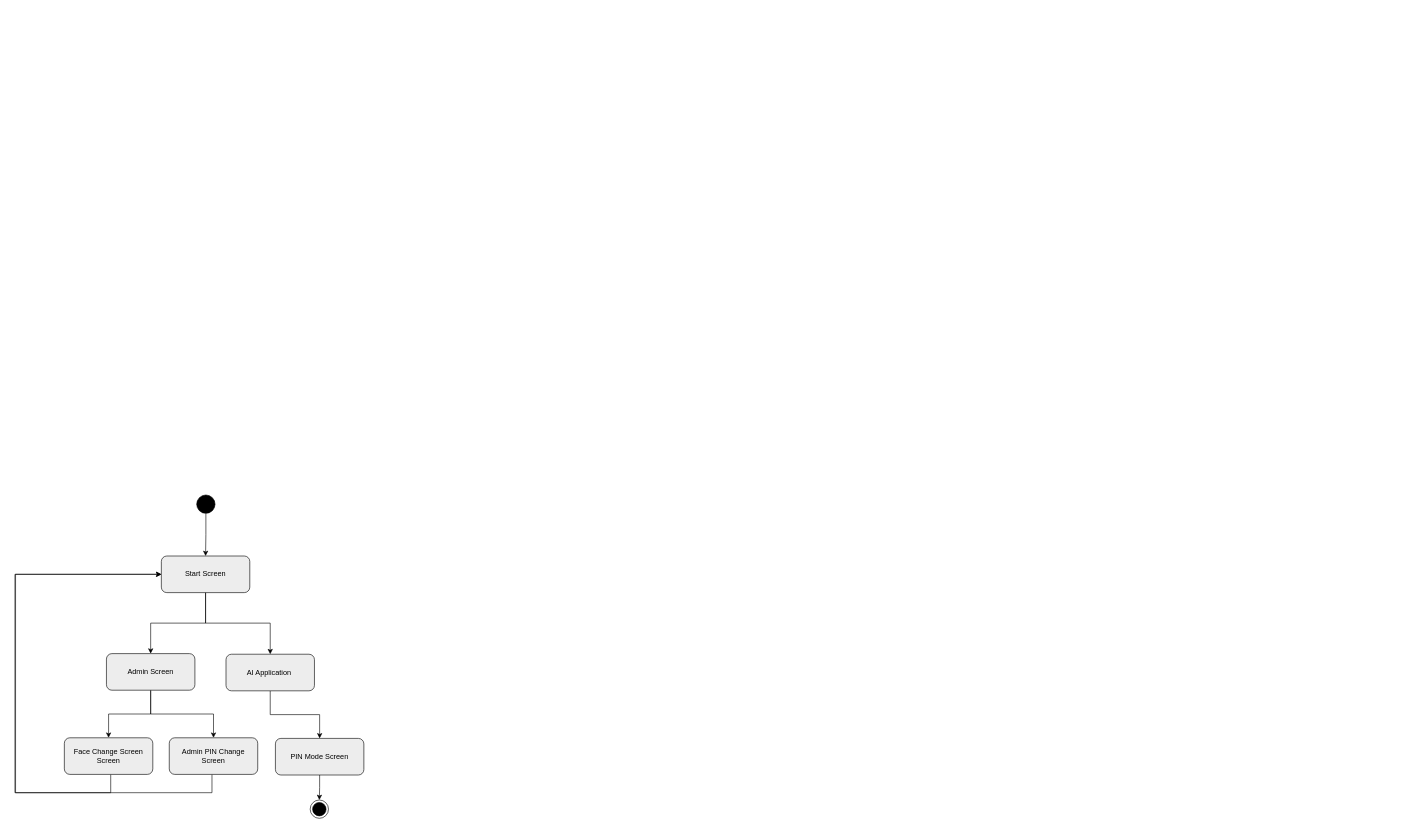
Before: Doc/GUI.drawio in muazzamaqeel/BA-EmbeddedAI, a draw.io diagram. Source tidied: cells renumbered, new cells numbered last; positions are measured from the earlier drawing's top-left corner, leaving out a move shared by most shapes. Both pictures are drawn from the tidied source at 61%, with x=0, y=0 at pixel (15, 495).
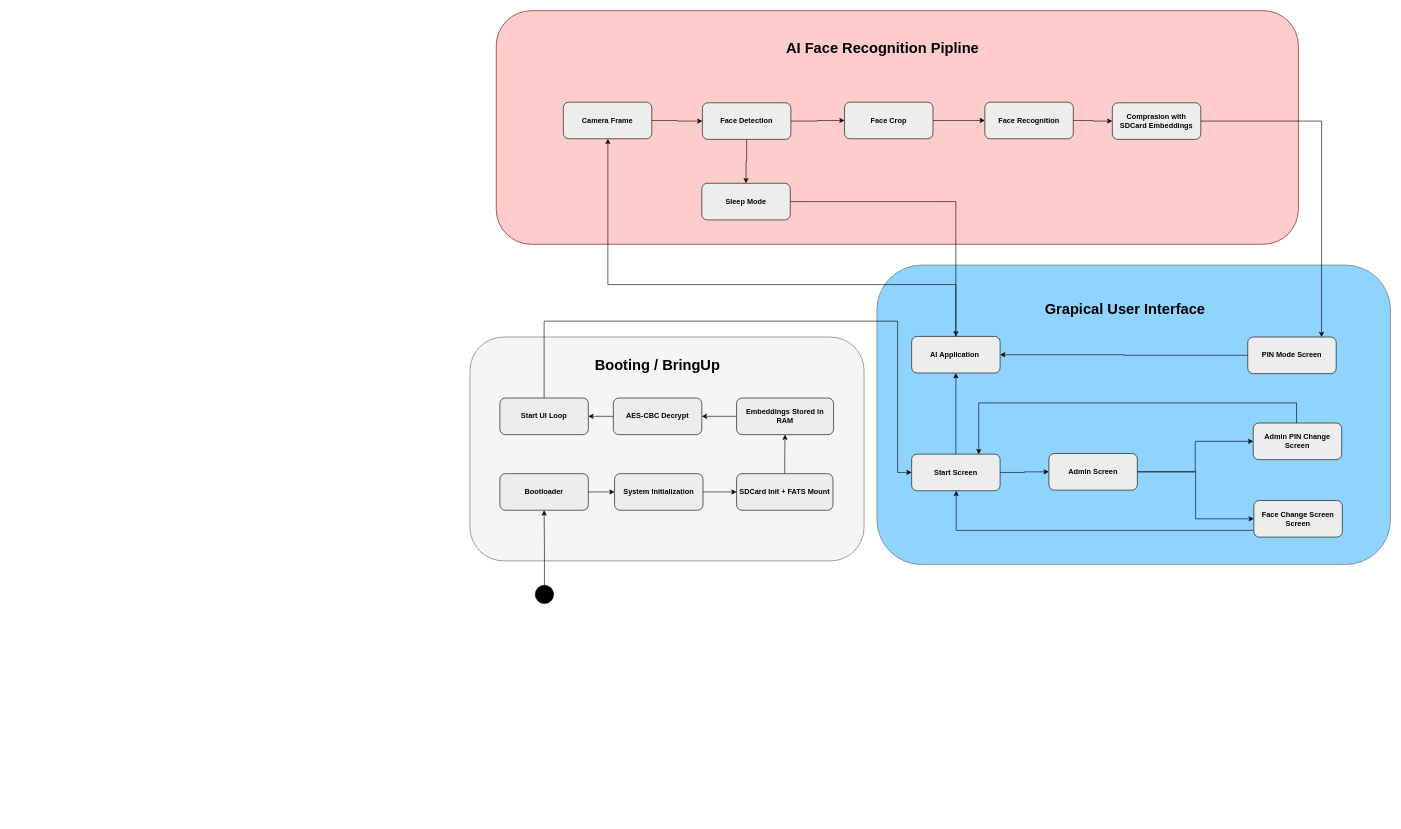
Above is the later version.

Change to the diagram source:
```diff
@@
+    <mxCell id="19" style="edgeStyle=orthogonalEdgeStyle;rounded=0;jettySize=auto;html=1;" parent="1" edge="1" source="24" target="27">
+      <mxGeometry relative="1" as="geometry" />
+    </mxCell>
+    <mxCell id="20" style="edgeStyle=orthogonalEdgeStyle;rounded=0;jettySize=auto;html=1;entryX=0;entryY=0.5;entryDx=0;entryDy=0;" parent="1" edge="1" source="27" target="29">
+      <mxGeometry relative="1" as="geometry" />
+    </mxCell>
+    <mxCell id="21" style="edgeStyle=orthogonalEdgeStyle;rounded=0;jettySize=auto;html=1;entryX=0.5;entryY=1;entryDx=0;entryDy=0;" parent="1" edge="1" source="29" target="30">
+      <mxGeometry relative="1" as="geometry" />
+    </mxCell>
+    <mxCell id="22" style="rounded=1;whiteSpace=wrap;html=1;labelBackgroundColor=default;fillColor=#f5f5f5;strokeColor=#666666;fontColor=#333333;" parent="1" vertex="1">
+      <mxGeometry x="746" y="-259" width="646" height="367" as="geometry" />
+    </mxCell>
+    <mxCell id="23" style="edgeStyle=orthogonalEdgeStyle;rounded=0;jettySize=auto;html=1;entryX=0;entryY=0.5;entryDx=0;entryDy=0;" parent="1" edge="1" source="24" target="27">
+      <mxGeometry relative="1" as="geometry" />
+    </mxCell>
+    <mxCell id="24" value="Bootloader" style="rounded=1;whiteSpace=wrap;html=1;fillColor=#EDEDED;fontStyle=1;" parent="1" vertex="1">
+      <mxGeometry x="795" y="-35" width="145" height="60" as="geometry" />
+    </mxCell>
+    <mxCell id="25" style="edgeStyle=orthogonalEdgeStyle;rounded=0;jettySize=auto;html=1;entryX=1;entryY=0.5;entryDx=0;entryDy=0;" parent="1" edge="1" source="30" target="33">
+      <mxGeometry relative="1" as="geometry" />
+    </mxCell>
+    <mxCell id="26" style="edgeStyle=orthogonalEdgeStyle;rounded=0;jettySize=auto;html=1;entryX=0;entryY=0.5;entryDx=0;entryDy=0;" parent="1" edge="1" source="27" target="29">
+      <mxGeometry relative="1" as="geometry" />
+    </mxCell>
+    <mxCell id="27" value="System Initialization" style="rounded=1;whiteSpace=wrap;html=1;fillColor=#EDEDED;fontStyle=1;" parent="1" vertex="1">
+      <mxGeometry x="983" y="-35" width="145" height="60" as="geometry" />
+    </mxCell>
+    <mxCell id="28" style="edgeStyle=orthogonalEdgeStyle;rounded=0;jettySize=auto;html=1;" parent="1" edge="1" source="29" target="30">
+      <mxGeometry relative="1" as="geometry" />
+    </mxCell>
+    <mxCell id="29" value="SDCard Init + FATS Mount" style="rounded=1;whiteSpace=wrap;html=1;fillColor=#EDEDED;fontStyle=1;" parent="1" vertex="1">
+      <mxGeometry x="1183" y="-35" width="158" height="60" as="geometry" />
+    </mxCell>
+    <mxCell id="30" value="Embeddings Stored in RAM" style="rounded=1;whiteSpace=wrap;html=1;fillColor=#EDEDED;fontStyle=1;" parent="1" vertex="1">
+      <mxGeometry x="1183" y="-159" width="159" height="60" as="geometry" />
+    </mxCell>
+    <mxCell id="31" value="Start UI Loop" style="rounded=1;whiteSpace=wrap;html=1;fillColor=#EDEDED;fontStyle=1;" parent="1" vertex="1">
+      <mxGeometry x="795" y="-159" width="145" height="60" as="geometry" />
+    </mxCell>
+    <mxCell id="32" style="edgeStyle=orthogonalEdgeStyle;rounded=0;jettySize=auto;html=1;" parent="1" edge="1" source="33" target="31">
+      <mxGeometry relative="1" as="geometry" />
+    </mxCell>
+    <mxCell id="33" value="AES-CBC Decrypt" style="rounded=1;whiteSpace=wrap;html=1;fillColor=#EDEDED;fontStyle=1;" parent="1" vertex="1">
+      <mxGeometry x="981" y="-159" width="145" height="60" as="geometry" />
+    </mxCell>
+    <mxCell id="34" style="edgeStyle=orthogonalEdgeStyle;rounded=0;jettySize=auto;html=1;entryX=0.5;entryY=1;entryDx=0;entryDy=0;" parent="1" edge="1" source="35" target="24">
+      <mxGeometry relative="1" as="geometry" />
+    </mxCell>
+    <mxCell id="35" style="ellipse;fillColor=strokeColor;html=1;" parent="1" vertex="1">
+      <mxGeometry x="853" y="148" width="30" height="30" as="geometry" />
+    </mxCell>
+    <mxCell id="36" style="edgeStyle=orthogonalEdgeStyle;rounded=0;orthogonalLoop=1;jettySize=auto;html=1;exitX=0;exitY=0;exitDx=0;exitDy=0;entryX=1;entryY=1;entryDx=0;entryDy=0;" parent="1" edge="1" source="35" target="35">
+      <mxGeometry relative="1" as="geometry" />
+    </mxCell>
+    <mxCell id="37" value="&lt;font style=&quot;font-size: 24px;&quot;&gt;Booting / BringUp&lt;/font&gt;" style="text;html=1;whiteSpace=wrap;strokeColor=none;fillColor=none;align=center;verticalAlign=middle;rounded=0;fontStyle=1;fontSize=16;" parent="1" vertex="1">
+      <mxGeometry x="895" y="-227" width="317" height="30" as="geometry" />
+    </mxCell>
+    <mxCell id="38" style="rounded=1;whiteSpace=wrap;html=1;textShadow=0;labelBorderColor=none;fillColor=light-dark(#8fd4ff, #1a1a1a);fontColor=#333333;strokeColor=#666666;" parent="1" vertex="1">
+      <mxGeometry x="1413" y="-377" width="842" height="491" as="geometry" />
+    </mxCell>
+    <mxCell id="39" value="Grapical User Interface" style="text;html=1;whiteSpace=wrap;strokeColor=none;fillColor=none;align=center;verticalAlign=middle;rounded=0;fontStyle=1;fontSize=24;" parent="1" vertex="1">
+      <mxGeometry x="1656" y="-319" width="328" height="28" as="geometry" />
+    </mxCell>
+    <mxCell id="3" style="edgeStyle=orthogonalEdgeStyle;rounded=0;jettySize=auto;html=1;" parent="1" edge="1" source="4" target="9">
+      <mxGeometry relative="1" as="geometry" />
+    </mxCell>
@@
-    <mxCell id="3" style="edgeStyle=orthogonalEdgeStyle;rounded=0;jettySize=auto;html=1;entryX=0.5;entryY=0;entryDx=0;entryDy=0;" parent="1" edge="1" source="4" target="9">
-      <mxGeometry relative="1" as="geometry">
-        <Array as="points">
-          <mxPoint x="313" y="210" />
-          <mxPoint x="419" y="210" />
-        </Array>
-      </mxGeometry>
-    </mxCell>
-    <mxCell id="4" value="Start Screen" style="rounded=1;whiteSpace=wrap;html=1;fillColor=#EDEDED;" parent="1" vertex="1">
-      <mxGeometry x="240" y="100" width="145" height="60" as="geometry" />
+    <mxCell id="4" value="Start Screen" style="rounded=1;whiteSpace=wrap;html=1;fillColor=#EDEDED;fontStyle=1;" parent="1" vertex="1">
+      <mxGeometry x="1470" y="-67" width="145" height="60" as="geometry" />
     </mxCell>
-    <mxCell id="5" style="edgeStyle=orthogonalEdgeStyle;rounded=0;jettySize=auto;html=1;" parent="1" edge="1" source="7" target="11">
+    <mxCell id="5" style="edgeStyle=orthogonalEdgeStyle;rounded=0;jettySize=auto;html=1;entryX=0;entryY=0.5;entryDx=0;entryDy=0;" parent="1" edge="1" source="7" target="11">
       <mxGeometry relative="1" as="geometry" />
     </mxCell>
-    <mxCell id="6" style="edgeStyle=orthogonalEdgeStyle;rounded=0;jettySize=auto;html=1;entryX=0.5;entryY=0;entryDx=0;entryDy=0;" parent="1" edge="1" source="7" target="13">
+    <mxCell id="6" style="edgeStyle=orthogonalEdgeStyle;rounded=0;jettySize=auto;html=1;entryX=0;entryY=0.5;entryDx=0;entryDy=0;" parent="1" edge="1" source="7" target="13">
       <mxGeometry relative="1" as="geometry" />
     </mxCell>
-    <mxCell id="7" value="Admin Screen" style="rounded=1;whiteSpace=wrap;html=1;fillColor=#EDEDED;" parent="1" vertex="1">
-      <mxGeometry x="150" y="260" width="145" height="60" as="geometry" />
+    <mxCell id="7" value="Admin Screen" style="rounded=1;whiteSpace=wrap;html=1;fillColor=#EDEDED;fontStyle=1;" parent="1" vertex="1">
+      <mxGeometry x="1695" y="-68" width="145" height="60" as="geometry" />
     </mxCell>
-    <mxCell id="8" style="edgeStyle=orthogonalEdgeStyle;rounded=0;jettySize=auto;html=1;" parent="1" edge="1" source="9" target="14">
-      <mxGeometry relative="1" as="geometry" />
-    </mxCell>
-    <mxCell id="9" value="AI Application&amp;nbsp;" style="rounded=1;whiteSpace=wrap;html=1;fillColor=#EDEDED;" parent="1" vertex="1">
-      <mxGeometry x="346" y="261" width="145" height="60" as="geometry" />
+    <mxCell id="9" value="AI Application&amp;nbsp;" style="rounded=1;whiteSpace=wrap;html=1;fillColor=#EDEDED;fontStyle=1;" parent="1" vertex="1">
+      <mxGeometry x="1470" y="-260" width="145" height="60" as="geometry" />
     </mxCell>
-    <mxCell id="10" style="edgeStyle=orthogonalEdgeStyle;rounded=0;jettySize=auto;html=1;entryX=0;entryY=0.5;entryDx=0;entryDy=0;" parent="1" edge="1" source="11" target="4">
+    <mxCell id="10" style="edgeStyle=orthogonalEdgeStyle;rounded=0;jettySize=auto;html=1;" parent="1" edge="1" source="11" target="4">
       <mxGeometry relative="1" as="geometry">
         <Array as="points">
-          <mxPoint x="157" y="488" />
-          <mxPoint x="1" y="488" />
-          <mxPoint x="1" y="130" />
+          <mxPoint x="1543" y="58" />
         </Array>
       </mxGeometry>
     </mxCell>
-    <mxCell id="11" value="Face Change Screen Screen" style="rounded=1;whiteSpace=wrap;html=1;fillColor=#EDEDED;" parent="1" vertex="1">
-      <mxGeometry x="81" y="398" width="145" height="60" as="geometry" />
+    <mxCell id="11" value="Face Change Screen Screen" style="rounded=1;whiteSpace=wrap;html=1;fillColor=#EDEDED;fontStyle=1;" parent="1" vertex="1">
+      <mxGeometry x="2031" y="9" width="145" height="60" as="geometry" />
     </mxCell>
-    <mxCell id="12" style="edgeStyle=orthogonalEdgeStyle;rounded=0;jettySize=auto;html=1;entryX=0;entryY=0.5;entryDx=0;entryDy=0;" parent="1" edge="1" source="13" target="4">
+    <mxCell id="12" style="edgeStyle=orthogonalEdgeStyle;rounded=0;jettySize=auto;html=1;" parent="1" edge="1" source="13" target="4">
       <mxGeometry relative="1" as="geometry">
         <Array as="points">
-          <mxPoint x="323" y="488" />
-          <mxPoint y="488" />
-          <mxPoint y="130" />
+          <mxPoint x="2101" y="-151" />
+          <mxPoint x="1580" y="-151" />
         </Array>
       </mxGeometry>
     </mxCell>
-    <mxCell id="13" value="Admin PIN Change Screen" style="rounded=1;whiteSpace=wrap;html=1;fillColor=#EDEDED;" parent="1" vertex="1">
-      <mxGeometry x="253" y="398" width="145" height="60" as="geometry" />
+    <mxCell id="13" value="Admin PIN Change Screen" style="rounded=1;whiteSpace=wrap;html=1;fillColor=#EDEDED;fontStyle=1;" parent="1" vertex="1">
+      <mxGeometry x="2030" y="-118" width="145" height="60" as="geometry" />
     </mxCell>
+    <mxCell id="40" style="rounded=1;whiteSpace=wrap;html=1;fillColor=#FFCCCC;fontColor=#ffffff;strokeColor=#6F0000;" parent="1" vertex="1">
+      <mxGeometry x="789" y="-794" width="1315" height="383" as="geometry" />
+    </mxCell>
+    <mxCell id="41" style="edgeStyle=orthogonalEdgeStyle;rounded=0;jettySize=auto;html=1;entryX=1;entryY=0.5;entryDx=0;entryDy=0;" parent="1" edge="1" source="14" target="9">
+      <mxGeometry relative="1" as="geometry" />
+    </mxCell>
-    <mxCell id="14" value="PIN Mode Screen" style="rounded=1;whiteSpace=wrap;html=1;fillColor=#EDEDED;" parent="1" vertex="1">
-      <mxGeometry x="427" y="399" width="145" height="60" as="geometry" />
+    <mxCell id="14" value="PIN Mode Screen" style="rounded=1;whiteSpace=wrap;html=1;fillColor=#EDEDED;fontStyle=1;" parent="1" vertex="1">
+      <mxGeometry x="2021" y="-259" width="145" height="60" as="geometry" />
     </mxCell>
-    <mxCell id="15" style="ellipse;html=1;shape=endState;fillColor=strokeColor;" parent="1" vertex="1">
-      <mxGeometry x="484" y="500" width="30" height="30" as="geometry" />
-    </mxCell>
-    <mxCell id="16" style="edgeStyle=orthogonalEdgeStyle;rounded=0;jettySize=auto;html=1;" parent="1" edge="1" source="17" target="4">
-      <mxGeometry relative="1" as="geometry" />
-    </mxCell>
-    <mxCell id="17" style="ellipse;fillColor=strokeColor;html=1;" parent="1" vertex="1">
-      <mxGeometry x="298" width="30" height="30" as="geometry" />
-    </mxCell>
-    <mxCell id="18" style="edgeStyle=orthogonalEdgeStyle;rounded=0;jettySize=auto;html=1;entryX=0.5;entryY=0;entryDx=0;entryDy=0;" parent="1" edge="1" source="14" target="15">
-      <mxGeometry relative="1" as="geometry" />
-    </mxCell>
+    <mxCell id="42" style="edgeStyle=orthogonalEdgeStyle;rounded=0;jettySize=auto;html=1;entryX=0;entryY=0.5;entryDx=0;entryDy=0;" parent="1" edge="1" source="43" target="46">
+      <mxGeometry relative="1" as="geometry" />
+    </mxCell>
+    <mxCell id="43" value="Camera Frame" style="rounded=1;whiteSpace=wrap;html=1;fillColor=#EDEDED;fontStyle=1;" parent="1" vertex="1">
+      <mxGeometry x="899" y="-644" width="145" height="60" as="geometry" />
+    </mxCell>
+    <mxCell id="44" style="edgeStyle=orthogonalEdgeStyle;rounded=0;jettySize=auto;html=1;" parent="1" edge="1" source="46" target="48">
+      <mxGeometry relative="1" as="geometry" />
+    </mxCell>
+    <mxCell id="45" style="edgeStyle=orthogonalEdgeStyle;rounded=0;jettySize=auto;html=1;entryX=0.5;entryY=0;entryDx=0;entryDy=0;" parent="1" edge="1" source="46" target="57">
+      <mxGeometry relative="1" as="geometry" />
+    </mxCell>
+    <mxCell id="46" value="Face Detection" style="rounded=1;whiteSpace=wrap;html=1;fillColor=#EDEDED;fontStyle=1;" parent="1" vertex="1">
+      <mxGeometry x="1127" y="-643" width="145" height="60" as="geometry" />
+    </mxCell>
+    <mxCell id="47" style="edgeStyle=orthogonalEdgeStyle;rounded=0;jettySize=auto;html=1;entryX=0;entryY=0.5;entryDx=0;entryDy=0;" parent="1" edge="1" source="48" target="50">
+      <mxGeometry relative="1" as="geometry" />
+    </mxCell>
+    <mxCell id="48" value="Face Crop" style="rounded=1;whiteSpace=wrap;html=1;fillColor=#EDEDED;fontStyle=1;" parent="1" vertex="1">
+      <mxGeometry x="1360" y="-644" width="145" height="60" as="geometry" />
+    </mxCell>
+    <mxCell id="49" style="edgeStyle=orthogonalEdgeStyle;rounded=0;jettySize=auto;html=1;entryX=0;entryY=0.5;entryDx=0;entryDy=0;" parent="1" edge="1" source="50" target="52">
+      <mxGeometry relative="1" as="geometry" />
+    </mxCell>
+    <mxCell id="50" value="Face Recognition" style="rounded=1;whiteSpace=wrap;html=1;fillColor=#EDEDED;fontStyle=1;" parent="1" vertex="1">
+      <mxGeometry x="1590" y="-644" width="145" height="60" as="geometry" />
+    </mxCell>
+    <mxCell id="51" style="edgeStyle=orthogonalEdgeStyle;rounded=0;jettySize=auto;html=1;" parent="1" edge="1" source="52" target="14">
+      <mxGeometry relative="1" as="geometry">
+        <Array as="points">
+          <mxPoint x="2142" y="-613" />
+        </Array>
+      </mxGeometry>
+    </mxCell>
+    <mxCell id="52" value="Comprasion with SDCard Embeddings" style="rounded=1;whiteSpace=wrap;html=1;fillColor=#EDEDED;fontStyle=1;" parent="1" vertex="1">
+      <mxGeometry x="1799" y="-643" width="145" height="60" as="geometry" />
+    </mxCell>
+    <mxCell id="53" style="edgeStyle=orthogonalEdgeStyle;rounded=0;jettySize=auto;html=1;entryX=0;entryY=0.5;entryDx=0;entryDy=0;" parent="1" edge="1" source="31" target="4">
+      <mxGeometry relative="1" as="geometry">
+        <Array as="points">
+          <mxPoint x="868" y="-285" />
+          <mxPoint x="1447" y="-285" />
+          <mxPoint x="1447" y="-37" />
+        </Array>
+      </mxGeometry>
+    </mxCell>
+    <mxCell id="54" style="edgeStyle=orthogonalEdgeStyle;rounded=0;jettySize=auto;html=1;" parent="1" edge="1" source="9" target="43">
+      <mxGeometry relative="1" as="geometry">
+        <Array as="points">
+          <mxPoint x="1543" y="-345" />
+          <mxPoint x="972" y="-345" />
+        </Array>
+      </mxGeometry>
+    </mxCell>
+    <mxCell id="55" value="AI Face Recognition Pipline" style="text;html=1;whiteSpace=wrap;strokeColor=none;fillColor=none;align=center;verticalAlign=middle;rounded=0;fontStyle=1;fontSize=24;" parent="1" vertex="1">
+      <mxGeometry x="1227" y="-746" width="391" height="28" as="geometry" />
+    </mxCell>
+    <mxCell id="56" style="edgeStyle=orthogonalEdgeStyle;rounded=0;jettySize=auto;html=1;" parent="1" edge="1" source="57" target="9">
+      <mxGeometry relative="1" as="geometry" />
+    </mxCell>
+    <mxCell id="57" value="Sleep Mode" style="rounded=1;whiteSpace=wrap;html=1;fillColor=#EDEDED;fontStyle=1;" parent="1" vertex="1">
+      <mxGeometry x="1126" y="-511" width="145" height="60" as="geometry" />
+    </mxCell>
```
